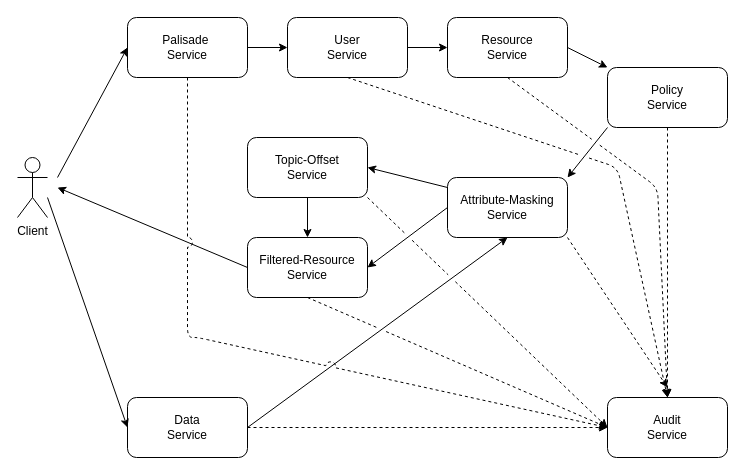
Above: doc/services.drawio in gchq/Palisade-services (draw.io), before the change. Source tidied: cells renumbered, new cells numbered last; positions are measured from the earlier drawing's top-left corner, leaving out a move shared by most shapes. Both pictures are drawn from the tidied source at 100%, with x=0, y=0 at pixel (17, 17).
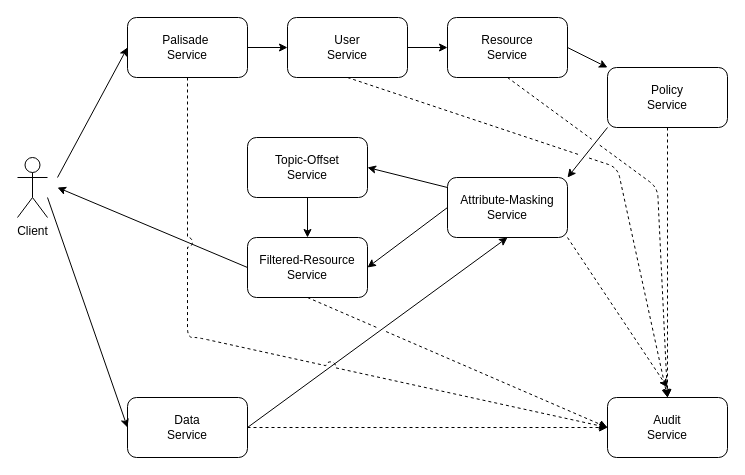
The same diagram, later.

Commit message (it also covers changes not shown here):
PAL-880-update-root-documents-for-streaming: fix to services image

Diff of the diagram source:
```diff
@@
-    <mxCell id="29" style="endArrow=classic;html=1;dashed=1;jumpStyle=gap;jumpSize=10;" parent="1" edge="1">
-      <mxGeometry relative="1" as="geometry">
-        <mxPoint x="350" y="180" as="sourcePoint" />
-        <mxPoint x="590" y="410" as="targetPoint" />
-      </mxGeometry>
-    </mxCell>
```
